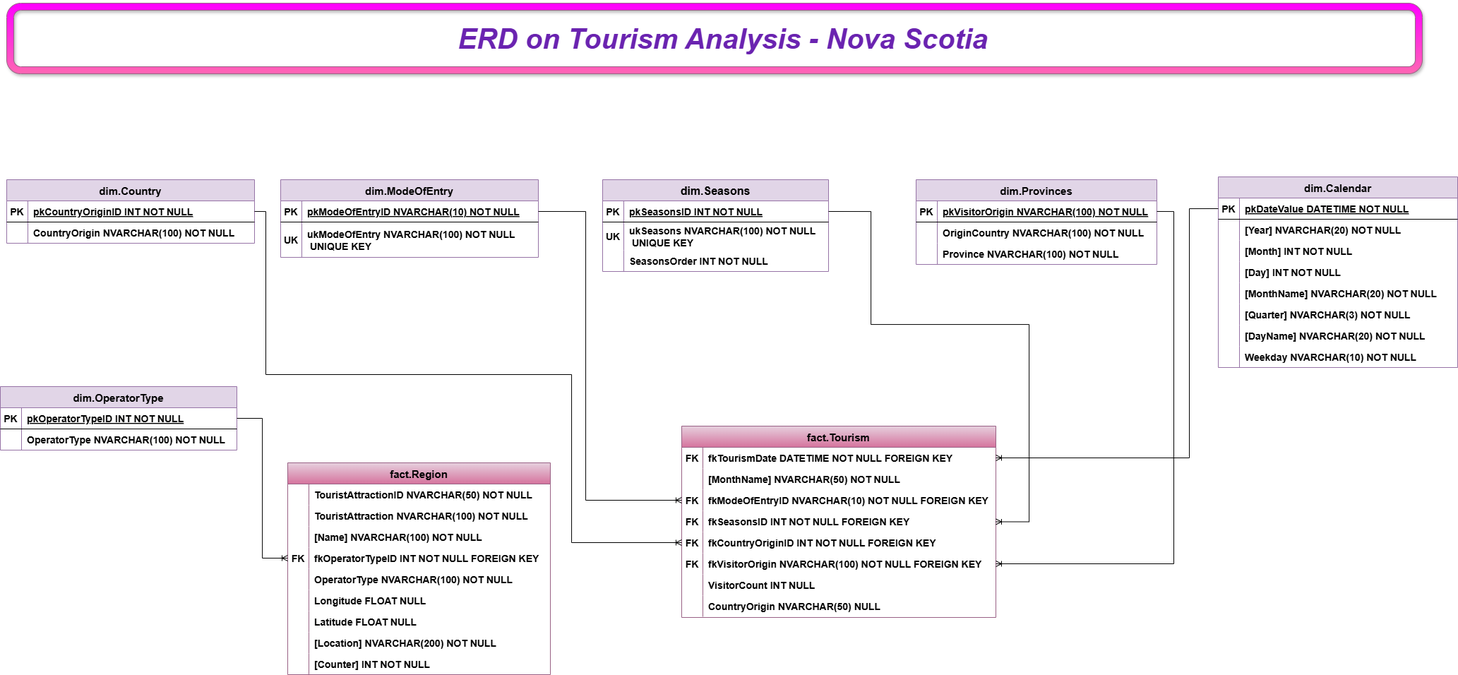
SDivyaAnisetty/Database-Design-Final-Project keeps this draw.io diagram as Data Folder/Tourism_NovaScotia.png. Above is the earlier version. Source tidied: cells renumbered, new cells last; positions are measured from the earlier drawing's top-left corner, leaving out a move shared by most shapes.
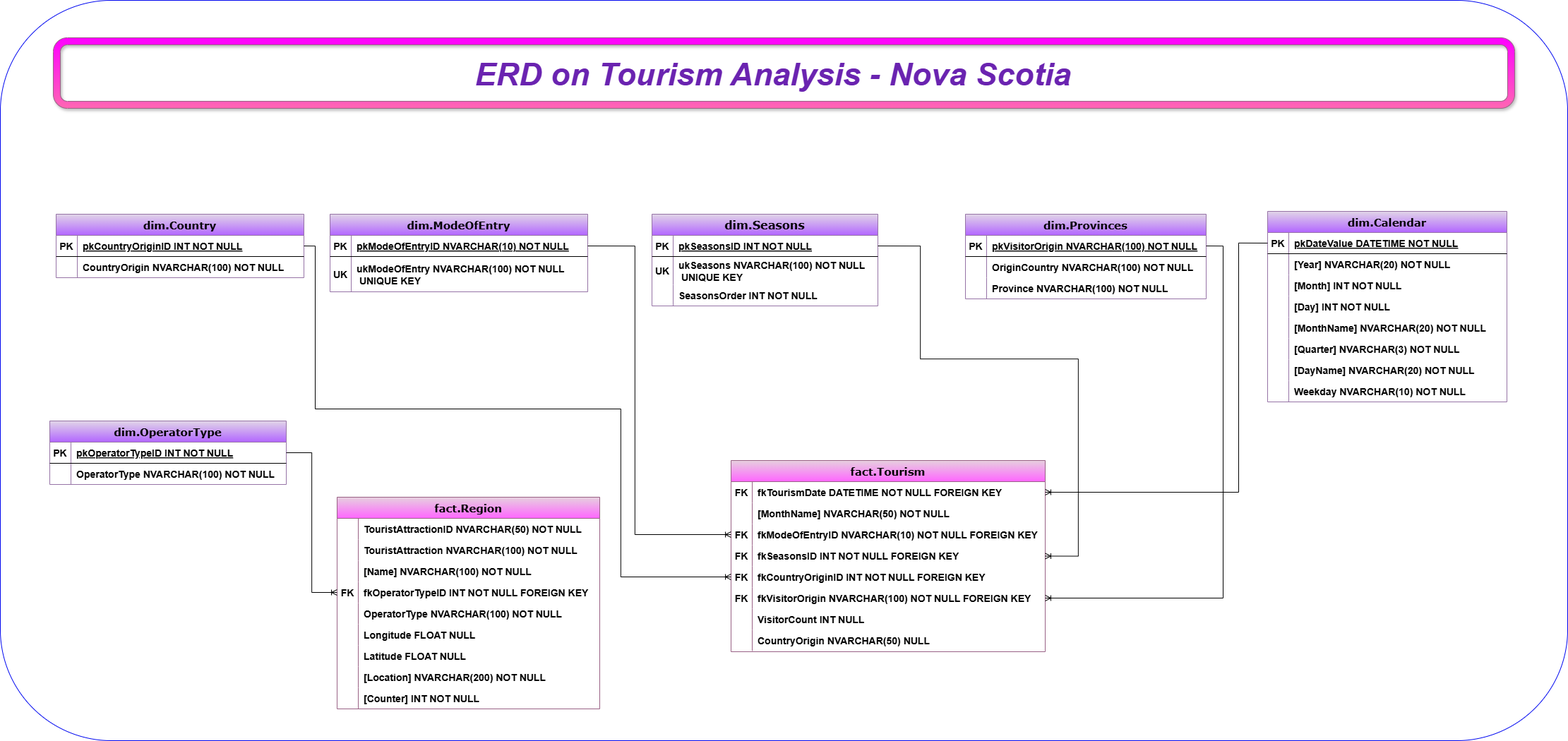
After the commit.

Commit message:
updated ERD with a border

What changed in the source:
```diff
@@ -2,7 +2,10 @@
   <root>
     <mxCell id="0" />
     <mxCell id="1" parent="0" />
+    <mxCell id="129" style="rounded=1;whiteSpace=wrap;html=1;fillColor=none;strokeColor=#0007F0;fontStyle=1;labelBorderColor=#150DFF;fontFamily=Helvetica;" parent="1" vertex="1">
+      <mxGeometry x="-70" y="-53" width="2220" height="1049" as="geometry" />
+    </mxCell>
-    <mxCell id="2" value="dim.OperatorType" style="shape=table;startSize=30;rowLines=0;fontStyle=1;align=center;labelBackgroundColor=none;fillColor=#e1d5e7;strokeColor=#9673a6;fontSize=15;" parent="1" vertex="1">
+    <mxCell id="2" value="dim.OperatorType" style="shape=table;startSize=30;rowLines=0;fontStyle=1;align=center;labelBackgroundColor=none;fillColor=#e1d5e7;strokeColor=#9673a6;fontSize=15;fontFamily=Verdana;fillStyle=solid;gradientColor=#B266FF;" parent="1" vertex="1">
       <mxGeometry y="543" width="335" height="90" as="geometry" />
     </mxCell>
     <mxCell id="3" style="shape=tableRow;horizontal=0;startSize=0;swimlaneHead=0;swimlaneBody=0;fillColor=none;points=[[0,0.5],[1,0.5]];portConstraint=eastwest;top=0;left=0;right=0;bottom=1;labelBackgroundColor=none;fontStyle=1;fontSize=14;" parent="2" vertex="1">
@@ -23,7 +26,7 @@
     <mxCell id="8" value="OperatorType NVARCHAR(100) NOT NULL" style="shape=partialRectangle;overflow=hidden;fillColor=none;align=left;top=0;left=0;bottom=0;right=0;spacingLeft=6;labelBackgroundColor=none;fontStyle=1;fontSize=14;" parent="6" vertex="1">
       <mxGeometry x="30" width="305" height="30" as="geometry" />
     </mxCell>
-    <mxCell id="9" value="dim.Country" style="shape=table;startSize=30;rowLines=0;fontStyle=1;align=center;labelBackgroundColor=none;fillColor=#e1d5e7;strokeColor=#9673a6;fontSize=15;" parent="1" vertex="1">
+    <mxCell id="9" value="dim.Country" style="shape=table;startSize=30;rowLines=0;fontStyle=1;align=center;labelBackgroundColor=none;fillColor=#e1d5e7;strokeColor=#9673a6;fontSize=15;fontFamily=Verdana;fillStyle=solid;gradientColor=#B266FF;" parent="1" vertex="1">
       <mxGeometry x="9" y="250" width="351" height="90" as="geometry" />
     </mxCell>
     <mxCell id="10" style="shape=tableRow;horizontal=0;startSize=0;swimlaneHead=0;swimlaneBody=0;fillColor=none;points=[[0,0.5],[1,0.5]];portConstraint=eastwest;top=0;left=0;right=0;bottom=1;labelBackgroundColor=none;fontStyle=1;fontSize=14;" parent="9" vertex="1">
@@ -44,7 +47,7 @@
     <mxCell id="15" value="CountryOrigin NVARCHAR(100) NOT NULL" style="shape=partialRectangle;overflow=hidden;fillColor=none;align=left;top=0;left=0;bottom=0;right=0;spacingLeft=6;labelBackgroundColor=none;fontStyle=1;fontSize=14;" parent="13" vertex="1">
       <mxGeometry x="30" width="321" height="30" as="geometry" />
     </mxCell>
-    <mxCell id="16" value="dim.ModeOfEntry" style="shape=table;startSize=30;rowLines=0;fontStyle=1;align=center;labelBackgroundColor=none;fillColor=#e1d5e7;strokeColor=#9673a6;fontSize=15;" parent="1" vertex="1">
+    <mxCell id="16" value="dim.ModeOfEntry" style="shape=table;startSize=30;rowLines=0;fontStyle=1;align=center;labelBackgroundColor=none;fillColor=#e1d5e7;strokeColor=#9673a6;fontSize=15;fontFamily=Verdana;fillStyle=solid;gradientColor=#B266FF;" parent="1" vertex="1">
       <mxGeometry x="397" y="250" width="365" height="110" as="geometry" />
     </mxCell>
     <mxCell id="17" style="shape=tableRow;horizontal=0;startSize=0;swimlaneHead=0;swimlaneBody=0;fillColor=none;points=[[0,0.5],[1,0.5]];portConstraint=eastwest;top=0;left=0;right=0;bottom=1;labelBackgroundColor=none;fontStyle=1;fontSize=14;" parent="16" vertex="1">
@@ -65,7 +68,7 @@
     <mxCell id="22" value="ukModeOfEntry NVARCHAR(100) NOT NULL&#10; UNIQUE KEY" style="shape=partialRectangle;overflow=hidden;fillColor=none;align=left;top=0;left=0;bottom=0;right=0;spacingLeft=6;labelBackgroundColor=none;fontStyle=1;fontSize=14;" parent="20" vertex="1">
       <mxGeometry x="30" width="335" height="50" as="geometry" />
     </mxCell>
-    <mxCell id="23" value="dim.Seasons" style="shape=table;startSize=30;rowLines=0;fontStyle=1;align=center;labelBackgroundColor=none;fillColor=#e1d5e7;strokeColor=#9673a6;fontSize=16;" parent="1" vertex="1">
+    <mxCell id="23" value="dim.Seasons" style="shape=table;startSize=30;rowLines=0;fontStyle=1;align=center;labelBackgroundColor=none;fillColor=#e1d5e7;strokeColor=#9673a6;fontSize=16;fontFamily=Verdana;fillStyle=solid;gradientColor=#B266FF;" parent="1" vertex="1">
       <mxGeometry x="853" y="250" width="320" height="130" as="geometry" />
     </mxCell>
     <mxCell id="24" style="shape=tableRow;horizontal=0;startSize=0;swimlaneHead=0;swimlaneBody=0;fillColor=none;points=[[0,0.5],[1,0.5]];portConstraint=eastwest;top=0;left=0;right=0;bottom=1;labelBackgroundColor=none;fontStyle=1;fontSize=14;" parent="23" vertex="1">
@@ -95,7 +98,7 @@
     <mxCell id="32" value="SeasonsOrder INT NOT NULL" style="shape=partialRectangle;overflow=hidden;fillColor=none;align=left;top=0;left=0;bottom=0;right=0;spacingLeft=6;labelBackgroundColor=none;fontStyle=1;fontSize=14;" parent="30" vertex="1">
       <mxGeometry x="30" width="290" height="30" as="geometry" />
     </mxCell>
-    <mxCell id="33" value="dim.Provinces" style="shape=table;startSize=30;rowLines=0;fontStyle=1;align=center;labelBackgroundColor=none;fillColor=#e1d5e7;strokeColor=#9673a6;fontSize=15;" parent="1" vertex="1">
+    <mxCell id="33" value="dim.Provinces" style="shape=table;startSize=30;rowLines=0;fontStyle=1;align=center;labelBackgroundColor=none;fillColor=#e1d5e7;strokeColor=#9673a6;fontSize=15;fontFamily=Verdana;fillStyle=solid;gradientColor=#B266FF;" parent="1" vertex="1">
       <mxGeometry x="1297" y="250" width="341" height="120" as="geometry" />
     </mxCell>
     <mxCell id="34" style="shape=tableRow;horizontal=0;startSize=0;swimlaneHead=0;swimlaneBody=0;fillColor=none;points=[[0,0.5],[1,0.5]];portConstraint=eastwest;top=0;left=0;right=0;bottom=1;labelBackgroundColor=none;fontStyle=1;fontSize=14;" parent="33" vertex="1">
@@ -125,7 +128,7 @@
     <mxCell id="42" value="Province NVARCHAR(100) NOT NULL" style="shape=partialRectangle;overflow=hidden;fillColor=none;align=left;top=0;left=0;bottom=0;right=0;spacingLeft=6;labelBackgroundColor=none;fontStyle=1;fontSize=14;" parent="40" vertex="1">
       <mxGeometry x="30" width="311" height="30" as="geometry" />
     </mxCell>
-    <mxCell id="43" value="dim.Calendar" style="shape=table;startSize=30;rowLines=0;fontStyle=1;align=center;labelBackgroundColor=none;fillColor=#e1d5e7;strokeColor=#9673a6;fontSize=15;" parent="1" vertex="1">
+    <mxCell id="43" value="dim.Calendar" style="shape=table;startSize=30;rowLines=0;fontStyle=1;align=center;labelBackgroundColor=none;fillColor=#e1d5e7;strokeColor=#9673a6;fontSize=15;fontFamily=Verdana;fillStyle=solid;gradientColor=#B266FF;" parent="1" vertex="1">
       <mxGeometry x="1725" y="246" width="339" height="270" as="geometry" />
     </mxCell>
     <mxCell id="44" style="shape=tableRow;horizontal=0;startSize=0;swimlaneHead=0;swimlaneBody=0;fillColor=none;points=[[0,0.5],[1,0.5]];portConstraint=eastwest;top=0;left=0;right=0;bottom=1;labelBackgroundColor=none;fontStyle=1;fontSize=14;" parent="43" vertex="1">
@@ -200,7 +203,7 @@
     <mxCell id="67" value="Weekday NVARCHAR(10) NOT NULL" style="shape=partialRectangle;overflow=hidden;fillColor=none;align=left;top=0;left=0;bottom=0;right=0;spacingLeft=6;labelBackgroundColor=none;fontStyle=1;fontSize=14;" parent="65" vertex="1">
       <mxGeometry x="30" width="309" height="30" as="geometry" />
     </mxCell>
-    <mxCell id="68" value="fact.Region" style="shape=table;startSize=30;rowLines=0;fontStyle=1;align=center;labelBackgroundColor=none;fillColor=#e6d0de;gradientColor=#d5739d;strokeColor=#996185;fontSize=15;" parent="1" vertex="1">
+    <mxCell id="68" value="fact.Region" style="shape=table;startSize=30;rowLines=0;fontStyle=1;align=center;labelBackgroundColor=none;fillColor=#e6d0de;gradientColor=#FF66FF;strokeColor=#996185;fontSize=15;fontFamily=Verdana;" parent="1" vertex="1">
       <mxGeometry x="407" y="651" width="372" height="300" as="geometry" />
     </mxCell>
     <mxCell id="69" style="shape=tableRow;horizontal=0;startSize=0;swimlaneHead=0;swimlaneBody=0;fillColor=none;top=0;left=0;right=0;bottom=0;labelBackgroundColor=none;fontStyle=1;fontSize=14;" parent="68" vertex="1">
@@ -284,7 +287,7 @@
     <mxCell id="95" value="[Counter] INT NOT NULL" style="shape=partialRectangle;overflow=hidden;fillColor=none;align=left;top=0;left=0;bottom=0;right=0;spacingLeft=6;labelBackgroundColor=none;fontStyle=1;fontSize=14;" parent="93" vertex="1">
       <mxGeometry x="30" width="342" height="30" as="geometry" />
     </mxCell>
-    <mxCell id="96" value="fact.Tourism" style="shape=table;startSize=30;rowLines=0;fontStyle=1;align=center;labelBackgroundColor=none;fillColor=#e6d0de;gradientColor=#d5739d;strokeColor=#996185;fontSize=15;" parent="1" vertex="1">
+    <mxCell id="96" value="fact.Tourism" style="shape=table;startSize=30;rowLines=0;fontStyle=1;align=center;labelBackgroundColor=none;fillColor=#e6d0de;gradientColor=#FF66FF;strokeColor=#996185;fontSize=15;fontFamily=Verdana;" parent="1" vertex="1">
       <mxGeometry x="965" y="599" width="445" height="271" as="geometry" />
     </mxCell>
     <mxCell id="97" style="shape=tableRow;horizontal=0;startSize=0;swimlaneHead=0;swimlaneBody=0;fillColor=none;points=[[0,0.5],[1,0.5]];portConstraint=eastwest;top=0;left=0;right=0;bottom=0;labelBackgroundColor=none;fontStyle=1;fontSize=14;" parent="96" vertex="1">
@@ -360,10 +363,10 @@
       <mxGeometry x="30" width="415" height="30" as="geometry" />
     </mxCell>
     <mxCell id="121" style="verticalLabelPosition=bottom;verticalAlign=top;html=1;shape=mxgraph.basic.rounded_frame;dx=10;labelBackgroundColor=#07f285;whiteSpace=wrap;fillColor=#FF66B3;strokeColor=#996185;fillStyle=auto;shadow=1;gradientColor=#FF00FF;fontStyle=1;fontSize=14;textShadow=1;labelBorderColor=none;gradientDirection=north;" parent="1" vertex="1">
-      <mxGeometry x="9" width="2005" height="100" as="geometry" />
+      <mxGeometry x="5" width="2070" height="100" as="geometry" />
     </mxCell>
-    <mxCell id="122" value="&lt;span&gt;&lt;font&gt;ERD on Tourism Analysis - Nova Scotia&lt;/font&gt;&lt;/span&gt;" style="text;html=1;align=center;verticalAlign=middle;labelBackgroundColor=none;fontStyle=3;fontSize=40;fontColor=#6A23B0;" parent="1" vertex="1">
-      <mxGeometry x="664" y="20" width="718" height="60" as="geometry" />
+    <mxCell id="122" value="&lt;span&gt;&lt;font&gt;ERD on Tourism Analysis - Nova Scotia&lt;/font&gt;&lt;/span&gt;" style="text;html=1;align=center;verticalAlign=middle;labelBackgroundColor=none;fontStyle=3;fontSize=45;fontColor=#6A23B0;" parent="1" vertex="1">
+      <mxGeometry x="622" y="19" width="805" height="66" as="geometry" />
     </mxCell>
     <mxCell id="123" style="edgeStyle=orthogonalEdgeStyle;fontSize=14;html=1;endArrow=ERoneToMany;rounded=0;exitX=1;exitY=0.5;exitDx=0;exitDy=0;entryX=0;entryY=0.5;entryDx=0;entryDy=0;fontStyle=1;" parent="1" edge="1" source="3" target="78">
       <mxGeometry relative="1" as="geometry" />
```
